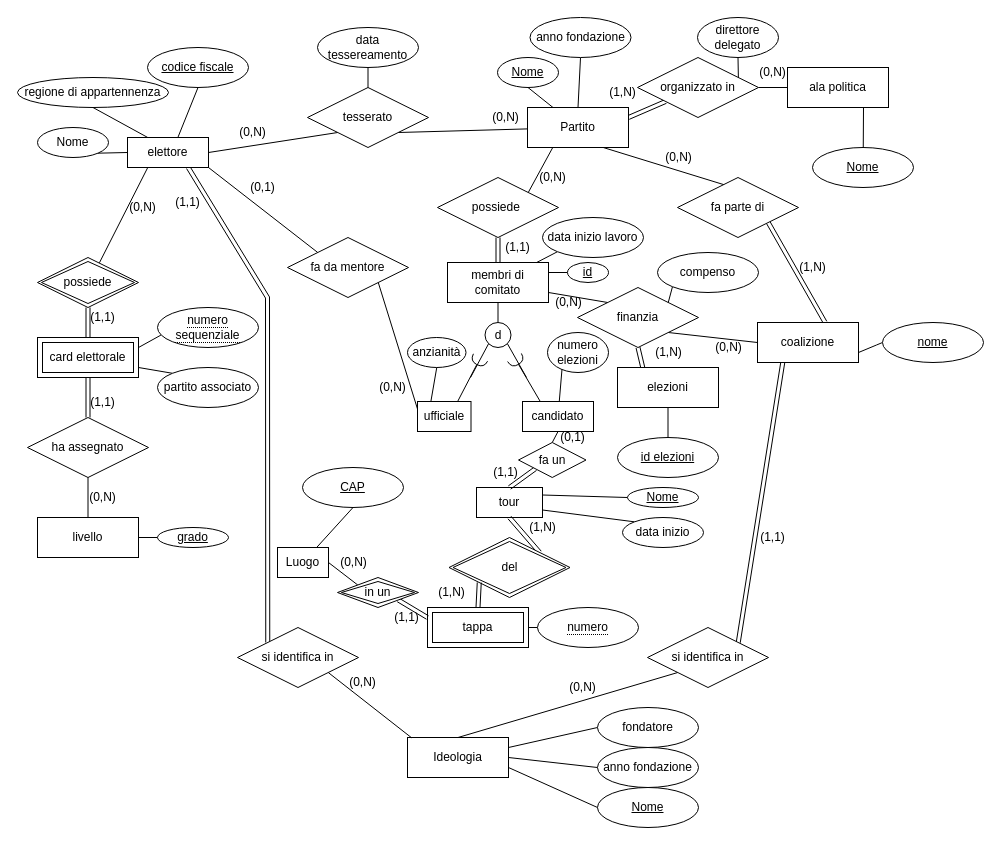
Earlier version of the draw.io diagram Diagramma senza titolo.drawio (Marco1743/database). Source tidied: cells renumbered, new cells numbered last; positions are measured from the earlier drawing's top-left corner, leaving out a move shared by most shapes. Both pictures are drawn from the tidied source at 100%, with x=0, y=0 at pixel (17, 17).
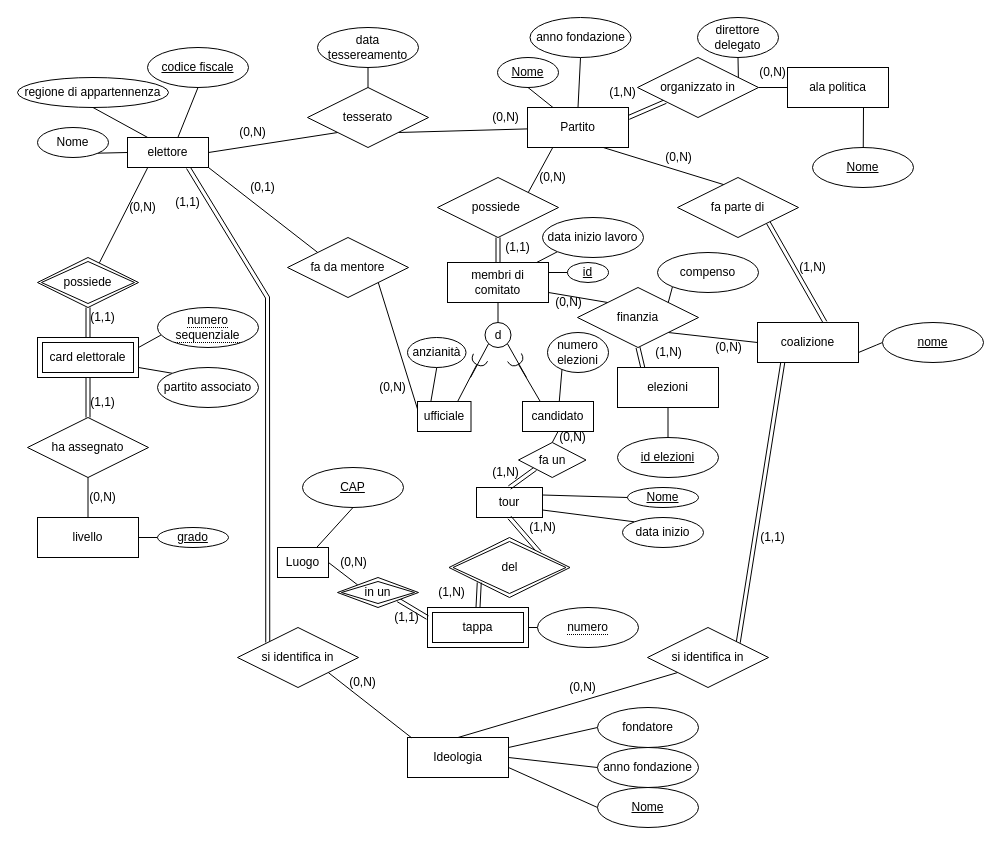
The same page after the edit.

The edit, as a diff of the source:
```diff
@@
-    <mxCell id="131" value="(0,1)" style="text;html=1;align=center;verticalAlign=middle;strokeColor=none;fillColor=none;" parent="1" vertex="1">
+    <mxCell id="131" value="(0,N)" style="text;html=1;align=center;verticalAlign=middle;strokeColor=none;fillColor=none;" parent="1" vertex="1">
       <mxGeometry x="530" y="405" width="50" height="30" as="geometry" />
     </mxCell>
-    <mxCell id="132" value="(1,1)" style="text;html=1;align=center;verticalAlign=middle;strokeColor=none;fillColor=none;" parent="1" vertex="1">
+    <mxCell id="132" value="(1,N)" style="text;html=1;align=center;verticalAlign=middle;strokeColor=none;fillColor=none;" parent="1" vertex="1">
       <mxGeometry x="462.5" y="440" width="50" height="30" as="geometry" />
     </mxCell>
```
